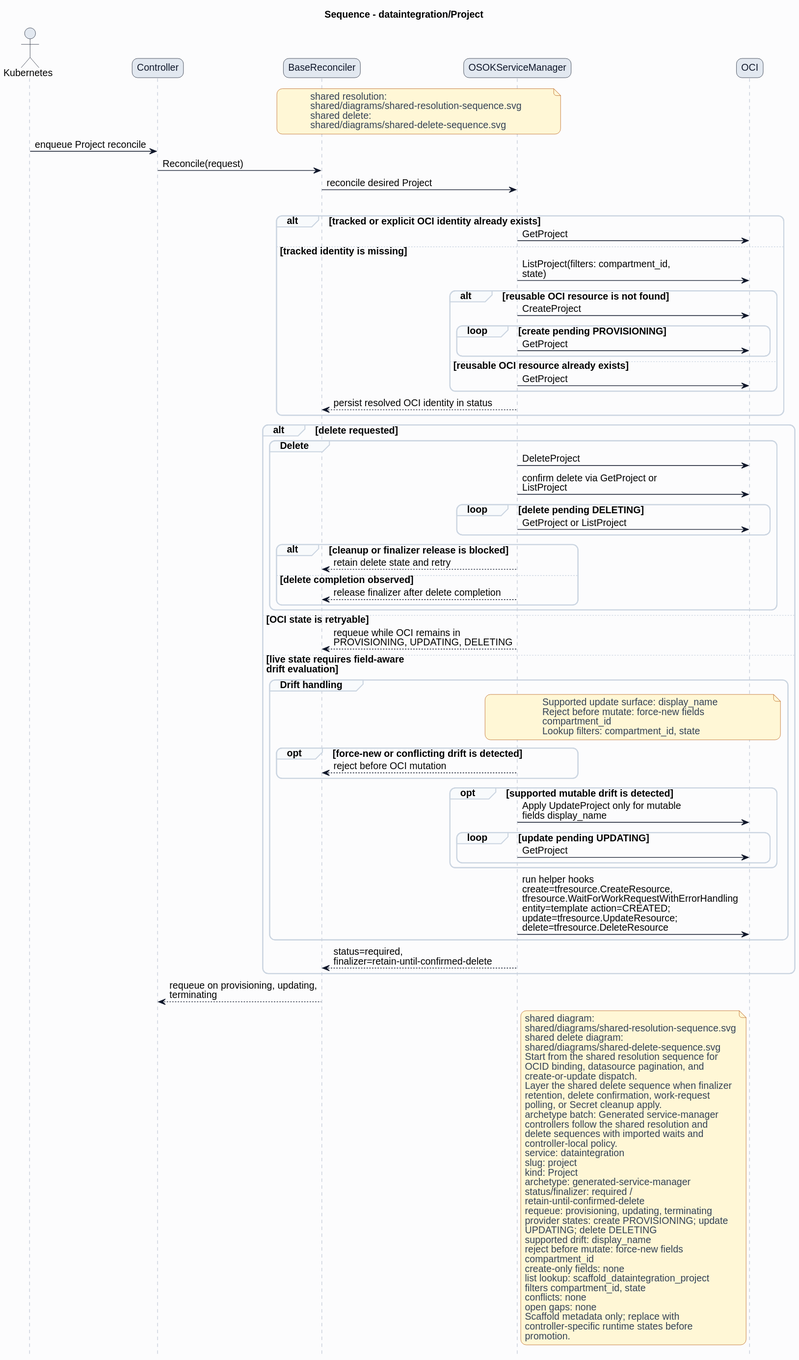
Before: formal/controllers/dataintegration/project/diagrams/sequence.svg, a diagram exported from PlantUML (HaoyL666/oci-service-operator).
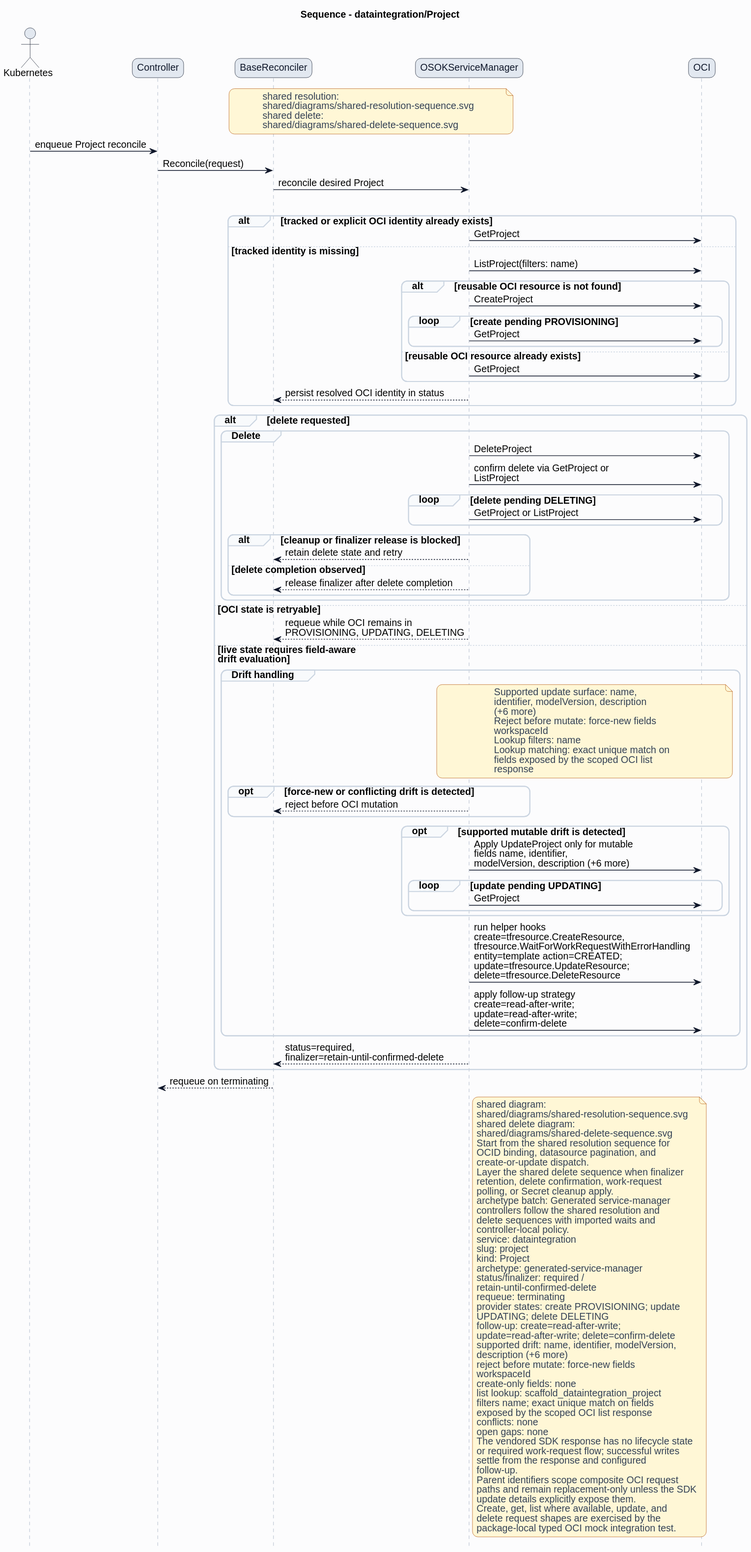
Above is the later version.

What changed in the source:
```diff
@@ -38,7 +38,7 @@
 alt tracked or explicit OCI identity already exists
 ServiceManager -> OCI: GetProject
 else tracked identity is missing
-ServiceManager -> OCI: ListProject(filters: compartment_id,\nstate)
+ServiceManager -> OCI: ListProject(filters: name)
 alt reusable OCI resource is not found
 ServiceManager -> OCI: CreateProject
 loop create pending PROVISIONING
@@ -67,25 +67,31 @@
 else live state requires field-aware\ndrift evaluation
 group Drift handling
 note over ServiceManager,OCI
-Supported update surface: display_name
+Supported update surface: name,
+identifier, modelVersion, description
+(+6 more)
 Reject before mutate: force-new fields
-compartment_id
-Lookup filters: compartment_id, state
+workspaceId
+Lookup filters: name
+Lookup matching: exact unique match on
+fields exposed by the scoped OCI list
+response
 end note
 opt force-new or conflicting drift is detected
 ServiceManager --> BaseReconciler: reject before OCI mutation
 end
 opt supported mutable drift is detected
-ServiceManager -> OCI: Apply UpdateProject only for mutable\nfields display_name
+ServiceManager -> OCI: Apply UpdateProject only for mutable\nfields name, identifier,\nmodelVersion, description (+6 more)
 loop update pending UPDATING
 ServiceManager -> OCI: GetProject
 end
 end
 ServiceManager -> OCI: run helper hooks\ncreate=tfresource.CreateResource,\ntfresource.WaitForWorkRequestWithErrorHandling\nentity=template action=CREATED;\nupdate=tfresource.UpdateResource;\ndelete=tfresource.DeleteResource
+ServiceManager -> OCI: apply follow-up strategy\ncreate=read-after-write;\nupdate=read-after-write;\ndelete=confirm-delete
 end
 ServiceManager --> BaseReconciler: status=required,\nfinalizer=retain-until-confirmed-delete
 end
-BaseReconciler --> Controller: requeue on provisioning, updating,\nterminating
+BaseReconciler --> Controller: requeue on terminating
 note right of ServiceManager
 shared diagram:
 shared/diagrams/shared-resolution-sequence.svg
@@ -107,19 +113,30 @@
 archetype: generated-service-manager
 status/finalizer: required /
 retain-until-confirmed-delete
-requeue: provisioning, updating, terminating
+requeue: terminating
 provider states: create PROVISIONING; update
 UPDATING; delete DELETING
-supported drift: display_name
+follow-up: create=read-after-write;
+update=read-after-write; delete=confirm-delete
+supported drift: name, identifier, modelVersion,
+description (+6 more)
 reject before mutate: force-new fields
-compartment_id
+workspaceId
 create-only fields: none
 list lookup: scaffold_dataintegration_project
-filters compartment_id, state
+filters name; exact unique match on fields
+exposed by the scoped OCI list response
 conflicts: none
 open gaps: none
-Scaffold metadata only; replace with
-controller-specific runtime states before
-promotion.
+The vendored SDK response has no lifecycle state
+or required work-request flow; successful writes
+settle from the response and configured
+follow-up.
+Parent identifiers scope composite OCI request
+paths and remain replacement-only unless the SDK
+update details explicitly expose them.
+Create, get, list where available, update, and
+delete request shapes are exercised by the
+package-local typed OCI mock integration test.
 end note
 @enduml
```
